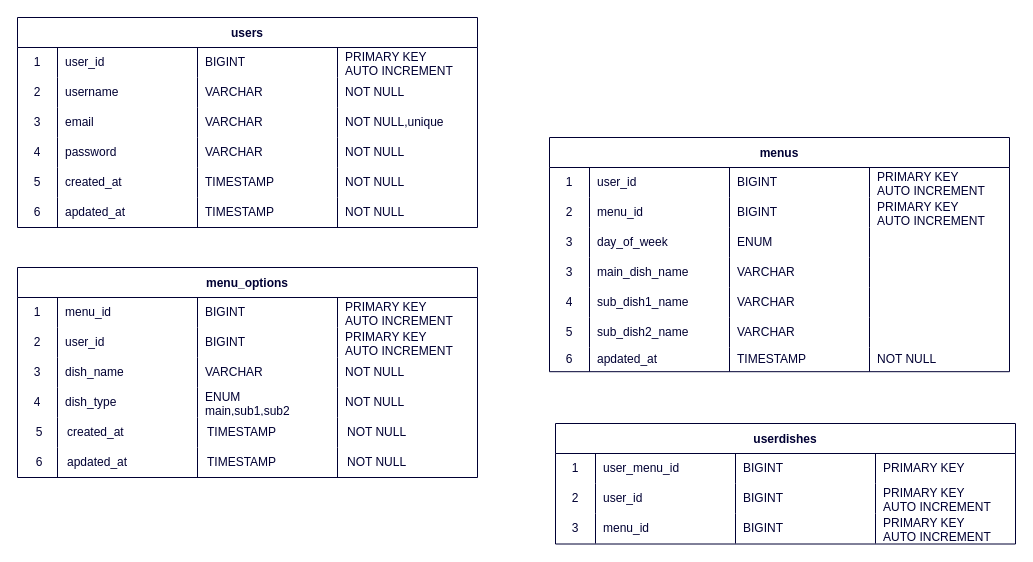
Some558/kondate_portfolio keeps this draw.io diagram as db.dio. Above is the earlier version. Source tidied: cells renumbered, new cells numbered last; positions are measured from the earlier drawing's top-left corner, leaving out a move shared by most shapes. Both pictures are drawn from the tidied source at 100%, with x=0, y=0 at pixel (17, 17).
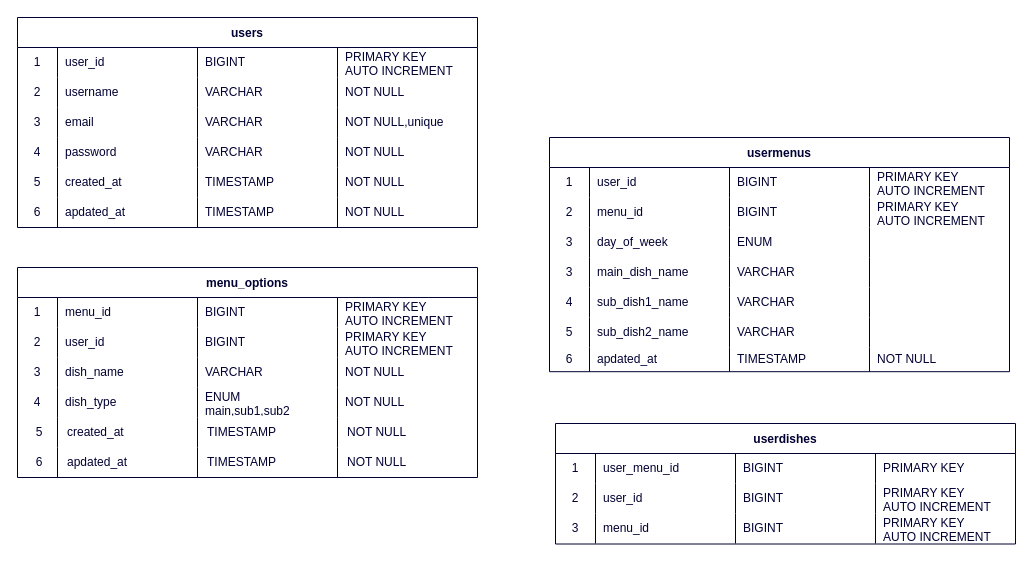
The same page after the edit.

What changed in the source:
```diff
@@
-    <mxCell id="64" value="menus" style="shape=table;startSize=30;childLayout=tableLayout;rowLines=0;fontStyle=1;shadow=0;labelBackgroundColor=none;labelBorderColor=none;sketch=0;fillStyle=auto;strokeColor=#000033;strokeWidth=1;fontColor=#000033;fillColor=none;" parent="1" vertex="1">
+    <mxCell id="64" value="usermenus" style="shape=table;startSize=30;childLayout=tableLayout;rowLines=0;fontStyle=1;shadow=0;labelBackgroundColor=none;labelBorderColor=none;sketch=0;fillStyle=auto;strokeColor=#000033;strokeWidth=1;fontColor=#000033;fillColor=none;" parent="1" vertex="1">
       <mxGeometry x="532" y="120" width="460" height="234.2" as="geometry" />
     </mxCell>
```
